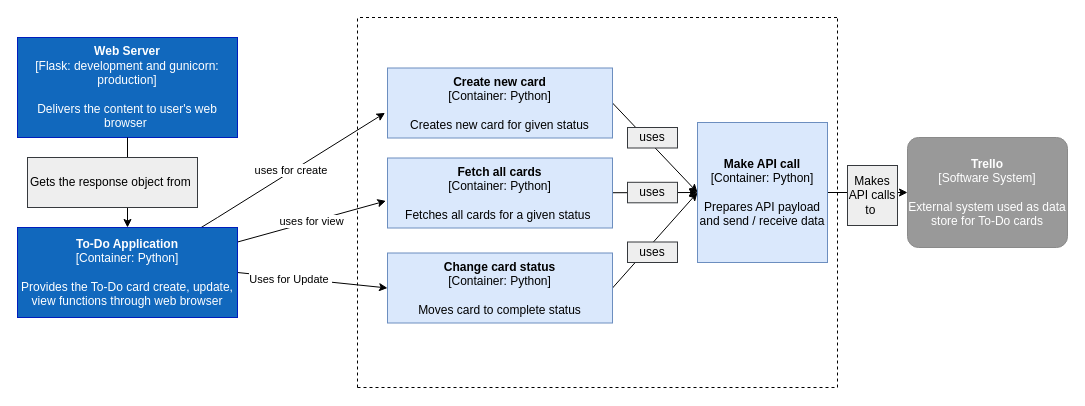
Earlier version of the draw.io diagram page "Trello API Service" (1 of 2) of documentation/component_diagram.drawio (vaibhav1sh/DevOps-Course-Starter). Source tidied: cells renumbered, new cells numbered last; positions are measured from the earlier drawing's top-left corner, leaving out a move shared by most shapes. Both pictures are drawn from the tidied source at 100%, with x=0, y=0 at pixel (17, 17).
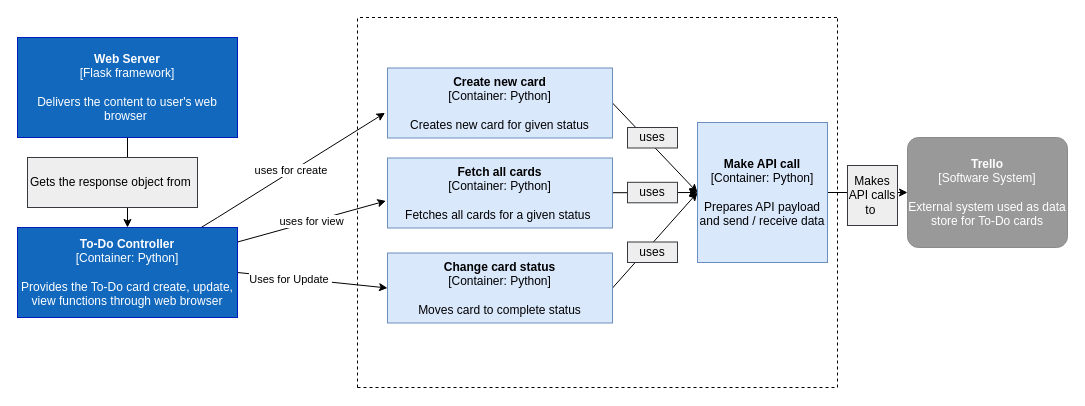
After the change.

The edit, as a diff of the source:
```diff
@@
-    <mxCell id="8" value="&lt;b&gt;Web Server&lt;/b&gt;&lt;br&gt;[Flask: development and gunicorn: production]&lt;br&gt;&lt;br&gt;Delivers the content to user's web browser&amp;nbsp;" style="rounded=0;whiteSpace=wrap;html=1;strokeColor=#001DBC;noLabel=0;fontColor=#ffffff;fillColor=#1168BD;" parent="1" vertex="1">
+    <mxCell id="8" value="&lt;b&gt;Web Server&lt;/b&gt;&lt;br&gt;[Flask framework]&lt;br&gt;&lt;br&gt;Delivers the content to user's web browser&amp;nbsp;" style="rounded=0;whiteSpace=wrap;html=1;strokeColor=#001DBC;noLabel=0;fontColor=#ffffff;fillColor=#1168BD;" parent="1" vertex="1">
       <mxGeometry y="20" width="220" height="100" as="geometry" />
     </mxCell>
@@
-    <mxCell id="13" value="&lt;b&gt;To-Do Application&lt;/b&gt;&lt;br&gt;[Container: Python]&lt;br&gt;&lt;br&gt;Provides the To-Do card create, update, view functions through web browser" style="rounded=0;whiteSpace=wrap;html=1;strokeColor=#001DBC;noLabel=0;fontColor=#ffffff;fillColor=#1168BD;" parent="1" vertex="1">
+    <mxCell id="13" value="&lt;b&gt;To-Do Controller&lt;/b&gt;&lt;br&gt;[Container: Python]&lt;br&gt;&lt;br&gt;Provides the To-Do card create, update, view functions through web browser" style="rounded=0;whiteSpace=wrap;html=1;strokeColor=#001DBC;noLabel=0;fontColor=#ffffff;fillColor=#1168BD;" parent="1" vertex="1">
       <mxGeometry y="210" width="220" height="90" as="geometry" />
     </mxCell>
```
